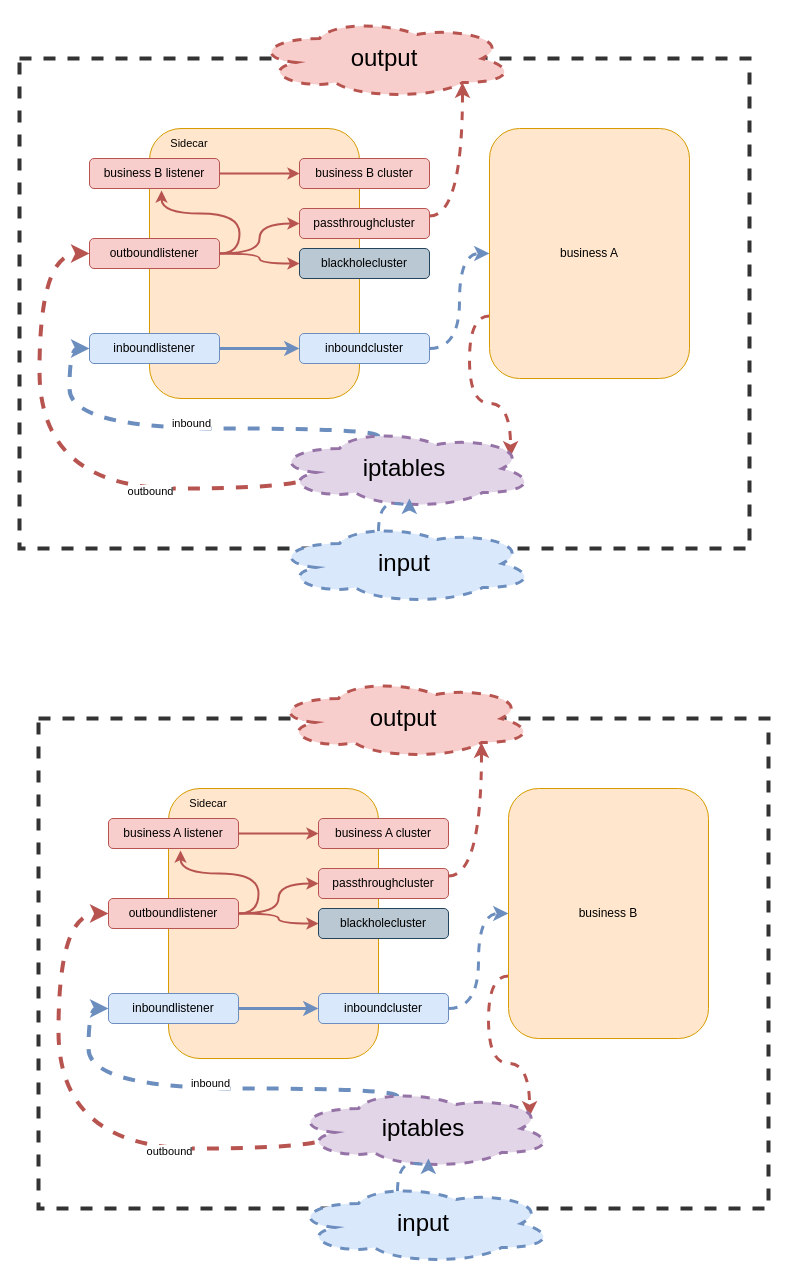
This is reg-proxy.drawio from yueyangtian/draw, a draw.io file, before an edit. Source tidied: cells renumbered, new cells numbered last; positions are measured from the earlier drawing's top-left corner, leaving out a move shared by most shapes. Both pictures are drawn from the tidied source at 100%, with x=0, y=0 at pixel (19, 18).
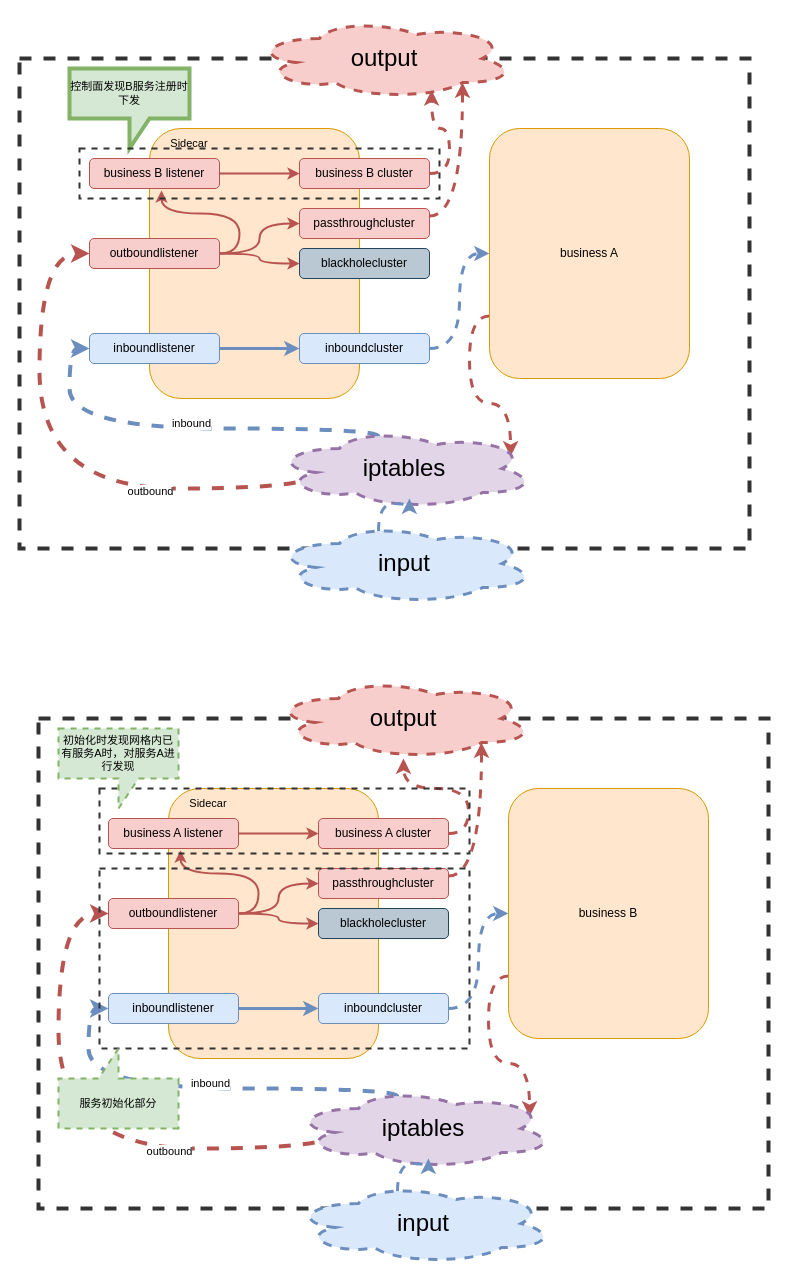
The same diagram, later.

The change refers to these unchanged cells:
```xml
<mxCell id="23" value="&lt;font style=&quot;font-size: 24px&quot;&gt;output&lt;/font&gt;" style="ellipse;shape=cloud;whiteSpace=wrap;html=1;dashed=1;strokeWidth=3;fillColor=#f8cecc;strokeColor=#b85450;" parent="1" vertex="1">
  <mxGeometry x="235" width="260" height="80" as="geometry" />
</mxCell>
<mxCell id="26" value="business B cluster" style="rounded=1;whiteSpace=wrap;html=1;fillColor=#f8cecc;strokeColor=#b85450;" parent="1" vertex="1">
  <mxGeometry x="280" y="140" width="130" height="30" as="geometry" />
</mxCell>
<mxCell id="50" value="&lt;font style=&quot;font-size: 24px&quot;&gt;output&lt;/font&gt;" style="ellipse;shape=cloud;whiteSpace=wrap;html=1;dashed=1;strokeWidth=3;fillColor=#f8cecc;strokeColor=#b85450;" parent="1" vertex="1">
  <mxGeometry x="254" y="660" width="260" height="80" as="geometry" />
</mxCell>
<mxCell id="53" value="business A cluster" style="rounded=1;whiteSpace=wrap;html=1;fillColor=#f8cecc;strokeColor=#b85450;" parent="1" vertex="1">
  <mxGeometry x="299" y="800" width="130" height="30" as="geometry" />
</mxCell>
```

Diff of the diagram source:
```diff
@@
+    <mxCell id="56" style="edgeStyle=orthogonalEdgeStyle;curved=1;jettySize=auto;html=1;exitX=1;exitY=0.5;exitDx=0;exitDy=0;entryX=0.681;entryY=0.896;entryDx=0;entryDy=0;entryPerimeter=0;fontSize=11;strokeWidth=3;dashed=1;fillColor=#f8cecc;strokeColor=#b85450;" parent="1" edge="1" source="26" target="23">
+      <mxGeometry relative="1" as="geometry" />
+    </mxCell>
@@
+    <mxCell id="57" style="edgeStyle=orthogonalEdgeStyle;curved=1;jettySize=auto;html=1;exitX=1;exitY=0.5;exitDx=0;exitDy=0;dashed=1;fontSize=11;strokeWidth=3;fillColor=#f8cecc;strokeColor=#b85450;" parent="1" edge="1" source="53" target="50">
+      <mxGeometry relative="1" as="geometry" />
+    </mxCell>
@@
+    <mxCell id="58" value="控制面发现B服务注册时下发" style="shape=callout;whiteSpace=wrap;html=1;perimeter=calloutPerimeter;fontSize=11;strokeColor=#82b366;strokeWidth=4;fillColor=#d5e8d4;" parent="1" vertex="1">
+      <mxGeometry x="50" y="50" width="120" height="80" as="geometry" />
+    </mxCell>
+    <mxCell id="59" style="rounded=0;whiteSpace=wrap;html=1;fontSize=11;strokeColor=#333333;strokeWidth=2;fillColor=none;dashed=1;" parent="1" vertex="1">
+      <mxGeometry x="60" y="130" width="360" height="50" as="geometry" />
+    </mxCell>
+    <mxCell id="60" style="rounded=0;whiteSpace=wrap;html=1;dashed=1;fontSize=11;strokeColor=#333333;strokeWidth=2;fillColor=none;" parent="1" vertex="1">
+      <mxGeometry x="80" y="850" width="370" height="180" as="geometry" />
+    </mxCell>
+    <mxCell id="61" value="服务初始化部分" style="shape=callout;whiteSpace=wrap;html=1;perimeter=calloutPerimeter;dashed=1;fontSize=11;strokeColor=#82b366;strokeWidth=2;fillColor=#d5e8d4;direction=west;" parent="1" vertex="1">
+      <mxGeometry x="39" y="1030" width="120" height="80" as="geometry" />
+    </mxCell>
+    <mxCell id="62" style="rounded=0;whiteSpace=wrap;html=1;dashed=1;fontSize=11;strokeColor=#333333;strokeWidth=2;fillColor=none;" parent="1" vertex="1">
+      <mxGeometry x="80" y="770" width="370" height="65" as="geometry" />
+    </mxCell>
+    <mxCell id="63" value="初始化时发现网格内已有服务A时，对服务A进行发现" style="shape=callout;whiteSpace=wrap;html=1;perimeter=calloutPerimeter;dashed=1;fontSize=11;strokeColor=#82b366;strokeWidth=2;fillColor=#d5e8d4;" parent="1" vertex="1">
+      <mxGeometry x="39" y="710" width="120" height="80" as="geometry" />
+    </mxCell>
```
